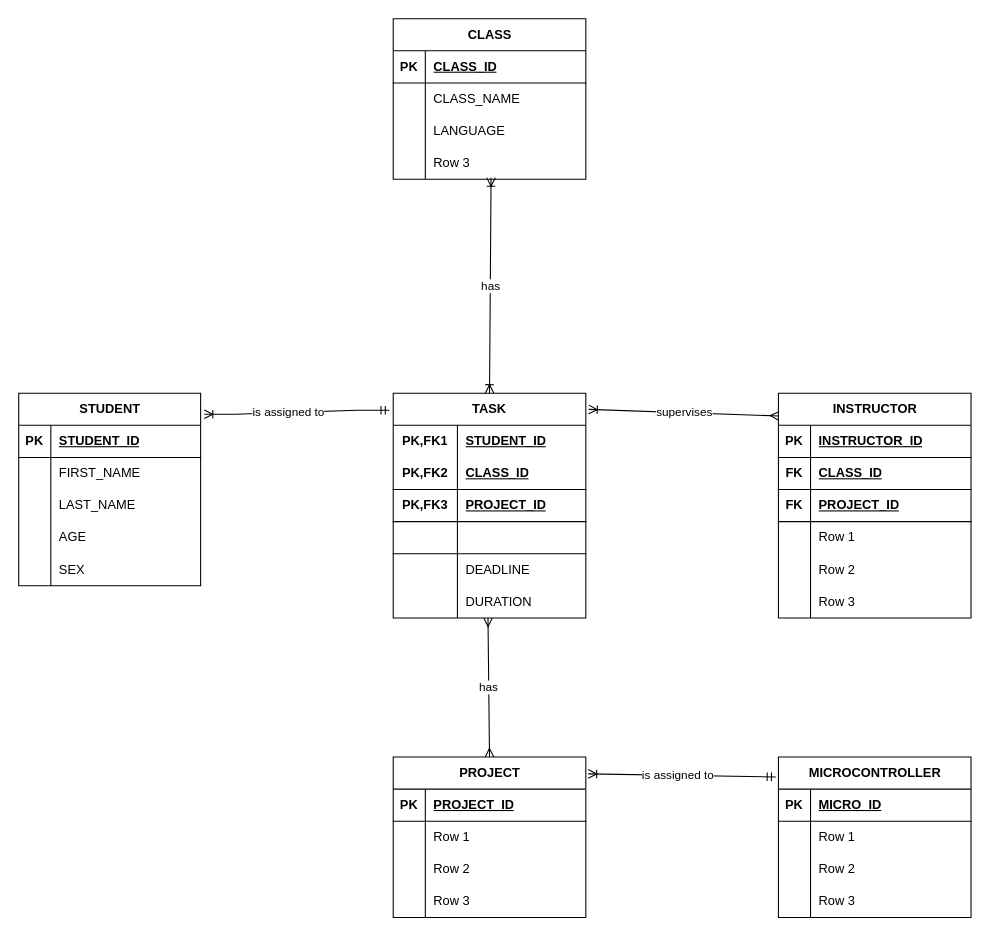
Above: ER1.drawio in XeuphoriaXL/novelai_colab_chs (draw.io), before the change. Source tidied: cells renumbered, new cells numbered last; positions are measured from the earlier drawing's top-left corner, leaving out a move shared by most shapes. Both pictures are drawn from the tidied source at 107%, with x=0, y=0 at pixel (18, 18).
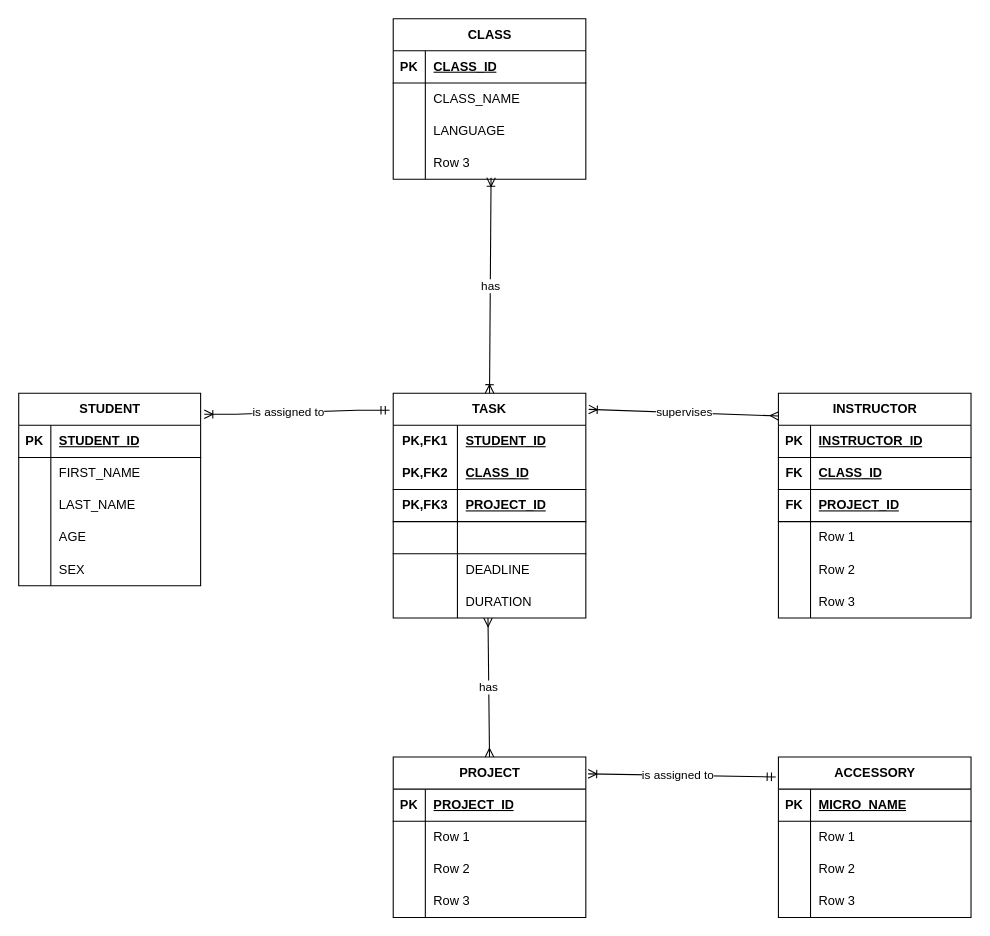
The same diagram, later.

Unchanged cells that the change refers to:
```xml
<mxCell id="88" style="shape=tableRow;horizontal=0;startSize=0;swimlaneHead=0;swimlaneBody=0;fillColor=none;top=0;left=0;right=0;bottom=1;" parent="87" vertex="1">
  <mxGeometry y="30" width="180" height="30" as="geometry" />
</mxCell>
```

What changed in the source:
```diff
@@
-    <mxCell id="87" value="MICROCONTROLLER" style="shape=table;startSize=30;childLayout=tableLayout;rowLines=0;fontStyle=1;align=center;html=1;" parent="1" vertex="1">
+    <mxCell id="87" value="ACCESSORY" style="shape=table;startSize=30;childLayout=tableLayout;rowLines=0;fontStyle=1;align=center;html=1;" parent="1" vertex="1">
       <mxGeometry x="710" y="690" width="180" height="150" as="geometry" />
     </mxCell>
@@
-    <mxCell id="90" value="MICRO_ID" style="shape=partialRectangle;fillColor=none;top=0;left=0;bottom=0;right=0;align=left;spacingLeft=6;fontStyle=5;overflow=hidden;whiteSpace=wrap;html=1;" parent="88" vertex="1">
+    <mxCell id="90" value="MICRO_NAME" style="shape=partialRectangle;fillColor=none;top=0;left=0;bottom=0;right=0;align=left;spacingLeft=6;fontStyle=5;overflow=hidden;whiteSpace=wrap;html=1;" parent="88" vertex="1">
       <mxGeometry x="30" width="150" height="30" as="geometry" />
     </mxCell>
```
